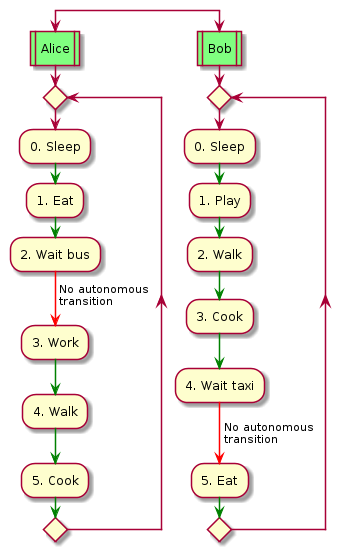
totorigolo/master-thesis keeps this PlantUML diagram as figures/alice-bob-automata-overview.png. Above is the earlier version. Source of this version:
```plantuml
@startuml automata_overview
skinparam defaultTextAlignment center

split
#80ff80:Alice|
repeat
:0. Sleep;
-[#green]->
:1. Eat;
-[#green]->
:2. Wait bus;
-[#red]-> No autonomous\ntransition;
:3. Work;
-[#green]->
:4. Walk;
-[#green]->
:5. Cook;
-[#green]->
repeat while
detach
split again
#80ff80:Bob|
repeat
:0. Sleep;
-[#green]->
:1. Play;
-[#green]->
:2. Walk;
-[#green]->
:3. Cook;
-[#green]->
:4. Wait taxi;
-[#red]-> No autonomous\ntransition;
:5. Eat;
-[#green]->
repeat while
detach
end split

@enduml
```
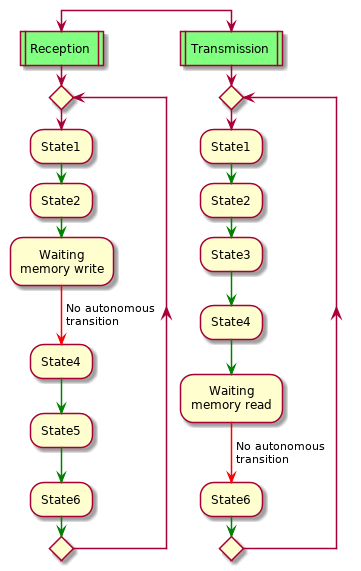
Later version of the same file.

Commit message:
Removed Alice and Bob

The edit, as a diff of the source:
```diff
@@ -1,37 +1,37 @@
-@startuml automata_overview
+@startuml alice-bob-automata-overview
 skinparam defaultTextAlignment center
 
 split
-#80ff80:Alice|
+#80ff80:Reception|
 repeat
-:0. Sleep;
+:State1;
 -[#green]->
-:1. Eat;
+:State2;
 -[#green]->
-:2. Wait bus;
+:Waiting\nmemory write;
 -[#red]-> No autonomous\ntransition;
-:3. Work;
+:State4;
 -[#green]->
-:4. Walk;
+:State5;
 -[#green]->
-:5. Cook;
+:State6;
 -[#green]->
 repeat while
 detach
 split again
-#80ff80:Bob|
+#80ff80:Transmission|
 repeat
-:0. Sleep;
+:State1;
 -[#green]->
-:1. Play;
+:State2;
 -[#green]->
-:2. Walk;
+:State3;
 -[#green]->
-:3. Cook;
+:State4;
 -[#green]->
-:4. Wait taxi;
+:Waiting\nmemory read;
 -[#red]-> No autonomous\ntransition;
-:5. Eat;
+:State6;
 -[#green]->
 repeat while
 detach
```
